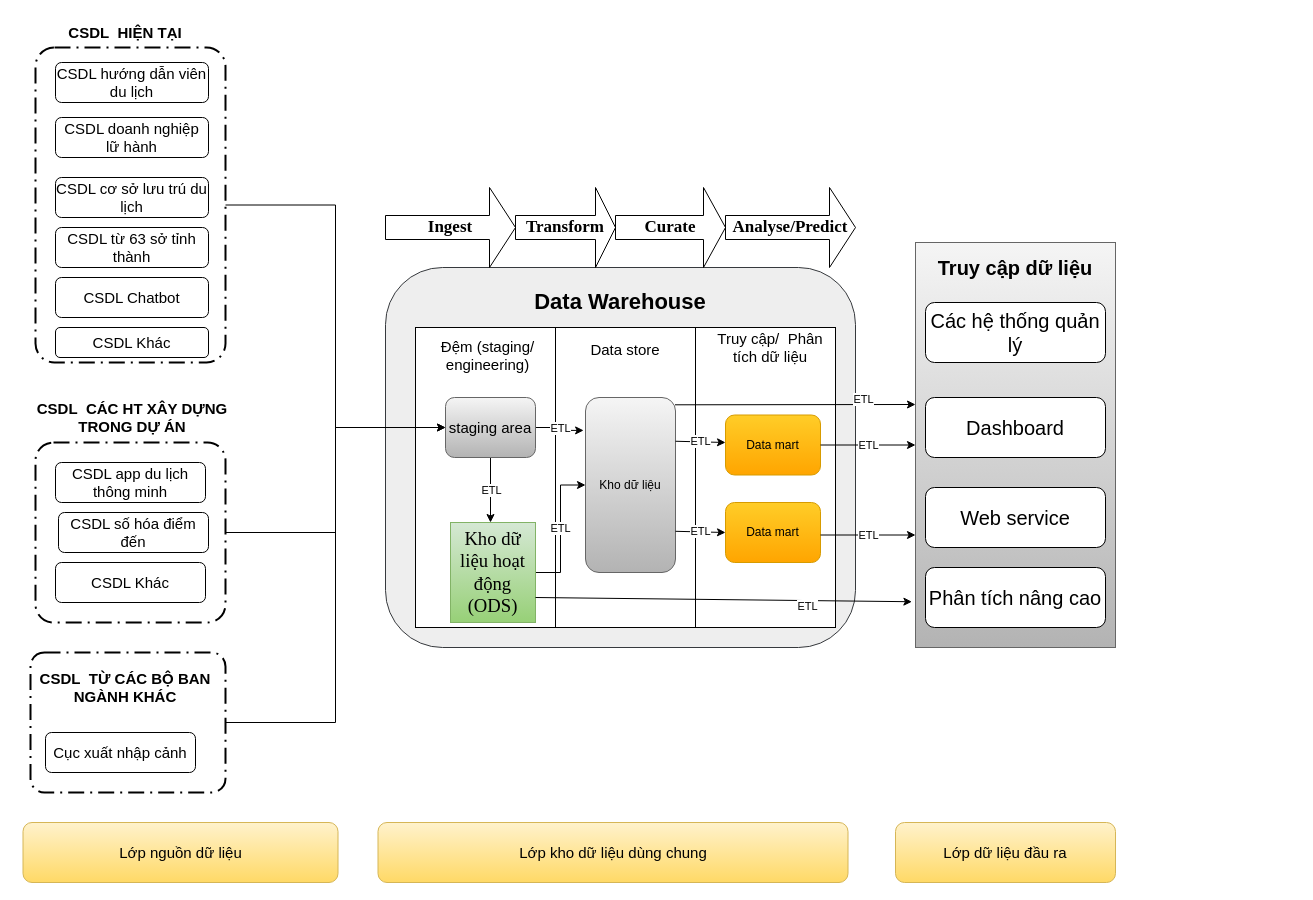
Earlier version of the draw.io diagram page "KHO_DU_LIEU" (1 of 4) of so-do-draw/TCDL_VDI.drawio (letheanh12345/Draw-io). Source tidied: cells renumbered, new cells numbered last; positions are measured from the earlier drawing's top-left corner, leaving out a move shared by most shapes. Both pictures are drawn from the tidied source at 100%, with x=0, y=0 at pixel (17, 17). Pictures stored in the file or linked from it are replaced by grey dashed boxes.
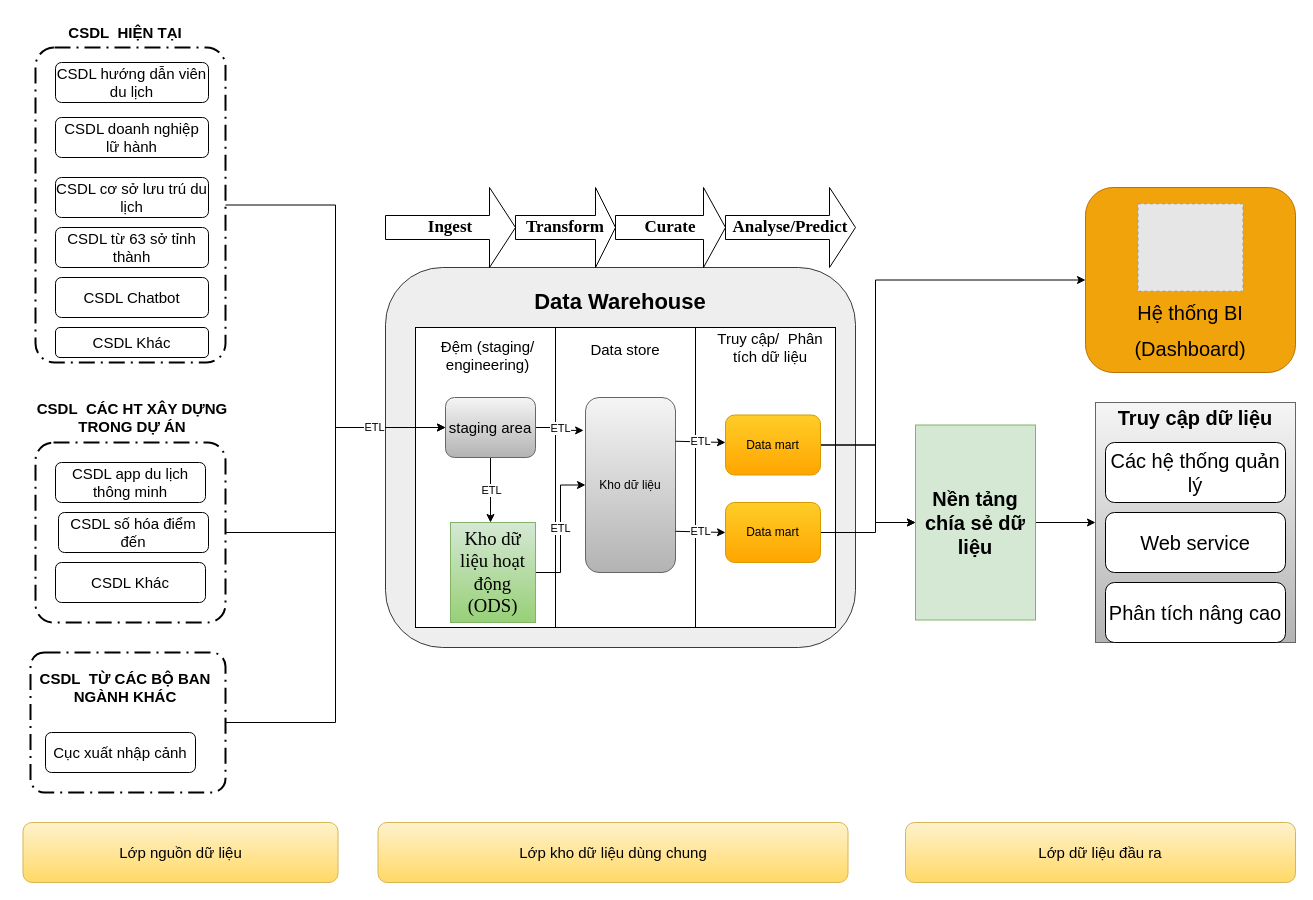
Above is the later version.

Unchanged cells that the change refers to:
```xml
<mxCell id="29" style="edgeStyle=orthogonalEdgeStyle;rounded=0;jettySize=auto;html=1;entryX=0;entryY=0.5;entryDx=0;entryDy=0;" parent="1" edge="1" source="30" target="41">
  <mxGeometry relative="1" as="geometry" />
</mxCell>
<mxCell id="44" value="&lt;span style=&quot;font-size:14.0pt;font-family:&amp;quot;Times New Roman&amp;quot;,serif;&lt;br/&gt;mso-fareast-font-family:&amp;quot;Times New Roman&amp;quot;;mso-ansi-language:EN-US;mso-fareast-language:&lt;br/&gt;EN-US;mso-bidi-language:AR-SA&quot;&gt;Kho dữ liệu hoạt động (ODS)&lt;/span&gt;" style="rounded=0;whiteSpace=wrap;html=1;fontSize=15;fillColor=#d5e8d4;gradientColor=#97d077;strokeColor=#82b366;" parent="1" vertex="1">
  <mxGeometry x="433" y="505" width="85" height="100" as="geometry" />
</mxCell>
<mxCell id="45" value="Data mart" style="rounded=1;whiteSpace=wrap;html=1;fillColor=#ffcd28;gradientColor=#ffa500;strokeColor=#d79b00;" parent="1" vertex="1">
  <mxGeometry x="708" y="397.5" width="95" height="60" as="geometry" />
</mxCell>
<mxCell id="46" value="Data mart" style="rounded=1;whiteSpace=wrap;html=1;fillColor=#ffcd28;gradientColor=#ffa500;strokeColor=#d79b00;" parent="1" vertex="1">
  <mxGeometry x="708" y="485" width="95" height="60" as="geometry" />
</mxCell>
```

Diff of the diagram source:
```diff
@@
+    <mxCell id="58" value="ETL" style="edgeLabel;html=1;align=center;verticalAlign=middle;" parent="29" vertex="1">
+      <mxGeometry x="0.72" y="1" relative="1" as="geometry" />
+    </mxCell>
@@
     <mxCell id="33" style="rounded=0;whiteSpace=wrap;html=1;fontSize=20;fillColor=#f5f5f5;gradientColor=#b3b3b3;strokeColor=#666666;" parent="1" vertex="1">
-      <mxGeometry x="898" y="225" width="200" height="405" as="geometry" />
+      <mxGeometry x="1078" y="385" width="200" height="240" as="geometry" />
     </mxCell>
     <mxCell id="34" value="&lt;b&gt;&lt;font style=&quot;font-size: 20px;&quot;&gt;Truy cập dữ liệu&lt;/font&gt;&lt;/b&gt;" style="text;html=1;strokeColor=none;fillColor=none;align=center;verticalAlign=middle;whiteSpace=wrap;rounded=0;" parent="1" vertex="1">
-      <mxGeometry x="898" y="235" width="200" height="30" as="geometry" />
+      <mxGeometry x="1078" y="385" width="200" height="30" as="geometry" />
     </mxCell>
     <mxCell id="35" value="Các hệ thống quản lý" style="rounded=1;whiteSpace=wrap;html=1;fontSize=20;" parent="1" vertex="1">
-      <mxGeometry x="908" y="285" width="180" height="60" as="geometry" />
+      <mxGeometry x="1088" y="425" width="180" height="60" as="geometry" />
     </mxCell>
-    <mxCell id="36" value="Dashboard" style="rounded=1;whiteSpace=wrap;html=1;fontSize=20;" parent="1" vertex="1">
-      <mxGeometry x="908" y="380" width="180" height="60" as="geometry" />
-    </mxCell>
     <mxCell id="37" value="Web service" style="rounded=1;whiteSpace=wrap;html=1;fontSize=20;" parent="1" vertex="1">
-      <mxGeometry x="908" y="470" width="180" height="60" as="geometry" />
+      <mxGeometry x="1088" y="495" width="180" height="60" as="geometry" />
     </mxCell>
     <mxCell id="38" value="Phân tích nâng cao" style="rounded=1;whiteSpace=wrap;html=1;fontSize=20;" parent="1" vertex="1">
-      <mxGeometry x="908" y="550" width="180" height="60" as="geometry" />
+      <mxGeometry x="1088" y="565" width="180" height="60" as="geometry" />
     </mxCell>
@@
+    <mxCell id="59" style="edgeStyle=orthogonalEdgeStyle;rounded=0;jettySize=auto;html=1;entryX=0;entryY=0.5;entryDx=0;entryDy=0;fontSize=20;" parent="1" edge="1" source="45" target="63">
+      <mxGeometry relative="1" as="geometry">
+        <Array as="points">
+          <mxPoint x="858" y="428" />
+          <mxPoint x="858" y="505" />
+        </Array>
+      </mxGeometry>
+    </mxCell>
+    <mxCell id="60" style="edgeStyle=orthogonalEdgeStyle;rounded=0;jettySize=auto;html=1;entryX=0;entryY=0.5;entryDx=0;entryDy=0;fontSize=20;" parent="1" edge="1" source="45" target="64">
+      <mxGeometry relative="1" as="geometry">
+        <Array as="points">
+          <mxPoint x="858" y="428" />
+          <mxPoint x="858" y="262" />
+        </Array>
+      </mxGeometry>
+    </mxCell>
@@
+    <mxCell id="61" style="edgeStyle=orthogonalEdgeStyle;rounded=0;jettySize=auto;html=1;entryX=0;entryY=0.5;entryDx=0;entryDy=0;fontSize=20;" parent="1" edge="1" source="46" target="63">
+      <mxGeometry relative="1" as="geometry">
+        <Array as="points">
+          <mxPoint x="858" y="515" />
+          <mxPoint x="858" y="505" />
+        </Array>
+      </mxGeometry>
+    </mxCell>
@@
-    <mxCell id="49" style="endArrow=classic;html=1;rounded=0;exitX=0.995;exitY=0.099;exitDx=0;exitDy=0;exitPerimeter=0;" parent="1" edge="1">
-      <mxGeometry relative="1" as="geometry">
-        <mxPoint x="657.5" y="387.3" as="sourcePoint" />
-        <mxPoint x="898" y="387" as="targetPoint" />
-      </mxGeometry>
-    </mxCell>
-    <mxCell id="50" value="ETL" style="edgeLabel;html=1;align=center;verticalAlign=middle;" parent="49" vertex="1">
-      <mxGeometry x="0.56" y="6" relative="1" as="geometry" />
-    </mxCell>
-    <mxCell id="51" value="ETL" style="endArrow=classic;html=1;rounded=0;entryX=0;entryY=0.5;entryDx=0;entryDy=0;exitX=1;exitY=0.5;exitDx=0;exitDy=0;" parent="1" edge="1" source="45" target="33">
-      <mxGeometry relative="1" as="geometry" />
-    </mxCell>
-    <mxCell id="52" value="ETL" style="endArrow=classic;html=1;rounded=0;entryX=0;entryY=0.5;entryDx=0;entryDy=0;exitX=1;exitY=0.5;exitDx=0;exitDy=0;" parent="1" edge="1">
-      <mxGeometry relative="1" as="geometry">
-        <mxPoint x="803" y="517.5" as="sourcePoint" />
-        <mxPoint x="898" y="517.5" as="targetPoint" />
-      </mxGeometry>
-    </mxCell>
-    <mxCell id="53" style="endArrow=classic;html=1;rounded=0;exitX=1;exitY=0.75;exitDx=0;exitDy=0;entryX=-0.018;entryY=0.887;entryDx=0;entryDy=0;entryPerimeter=0;" parent="1" edge="1" source="44" target="33">
-      <mxGeometry relative="1" as="geometry" />
-    </mxCell>
-    <mxCell id="54" value="ETL" style="edgeLabel;html=1;align=center;verticalAlign=middle;" parent="53" vertex="1">
-      <mxGeometry x="0.45" y="-5" relative="1" as="geometry">
-        <mxPoint x="-1" as="offset" />
-      </mxGeometry>
-    </mxCell>
@@
     <mxCell id="57" value="Lớp dữ liệu đầu ra" style="rounded=1;whiteSpace=wrap;html=1;fontSize=15;fillColor=#fff2cc;gradientColor=#ffd966;strokeColor=#d6b656;" parent="1" vertex="1">
-      <mxGeometry x="878" y="805" width="220" height="60" as="geometry" />
+      <mxGeometry x="888" y="805" width="390" height="60" as="geometry" />
     </mxCell>
+    <mxCell id="62" style="edgeStyle=orthogonalEdgeStyle;rounded=0;jettySize=auto;html=1;fontSize=20;entryX=0;entryY=0.5;entryDx=0;entryDy=0;" parent="1" edge="1" source="63" target="33">
+      <mxGeometry relative="1" as="geometry" />
+    </mxCell>
+    <mxCell id="63" value="&lt;font style=&quot;font-size: 20px;&quot;&gt;&lt;b&gt;Nền tảng chía sẻ dữ liệu&lt;/b&gt;&lt;/font&gt;" style="rounded=0;whiteSpace=wrap;html=1;fillColor=#d5e8d4;strokeColor=#82b366;" parent="1" vertex="1">
+      <mxGeometry x="898" y="407.5" width="120" height="195" as="geometry" />
+    </mxCell>
+    <mxCell id="64" style="rounded=1;whiteSpace=wrap;html=1;fontSize=15;fillColor=#f0a30a;fontColor=#000000;strokeColor=#BD7000;" parent="1" vertex="1">
+      <mxGeometry x="1068" y="170" width="210" height="185" as="geometry" />
+    </mxCell>
+    <mxCell id="65" style="fillColor=#E6E6E6;strokeColor=#999999;dashed=1;verticalLabelPosition=bottom;labelBackgroundColor=default;verticalAlign=top;" parent="1" vertex="1">
+      <mxGeometry x="1120.5" y="186.3" width="105" height="87.4" as="geometry" />
+    </mxCell>
+    <mxCell id="66" value="&lt;font style=&quot;font-size: 20px;&quot;&gt;Hệ thống BI (Dashboard)&lt;/font&gt;" style="text;html=1;strokeColor=none;fillColor=none;align=center;verticalAlign=middle;whiteSpace=wrap;rounded=0;fontSize=30;" parent="1" vertex="1">
+      <mxGeometry x="1124.2" y="305" width="97.5" height="10" as="geometry" />
+    </mxCell>
```
